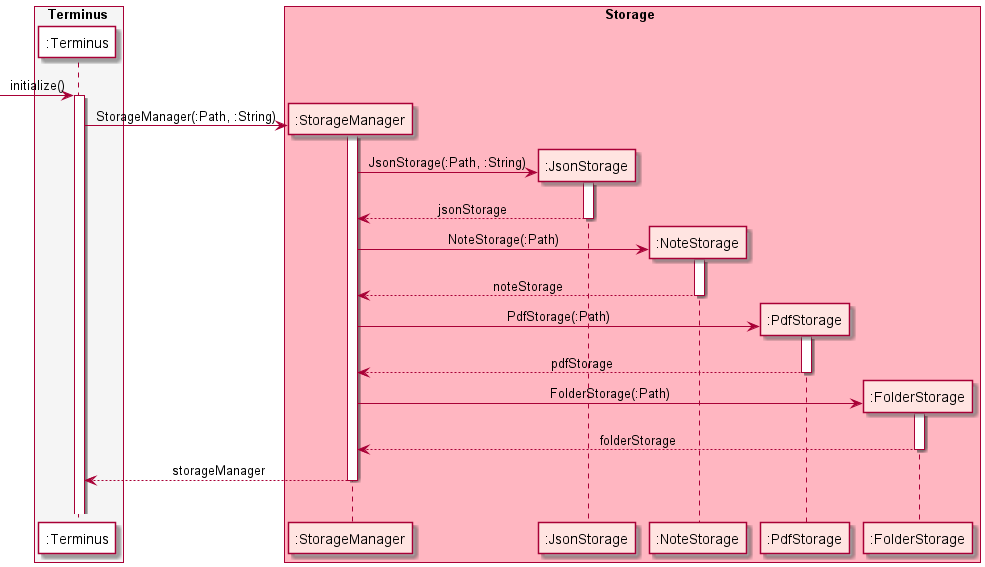
This is docs/attachments/StorageInitializeSequenceDiagram.png from nus-cs2113-AY2122S1/tp, a PlantUML export, as it was before one commit.
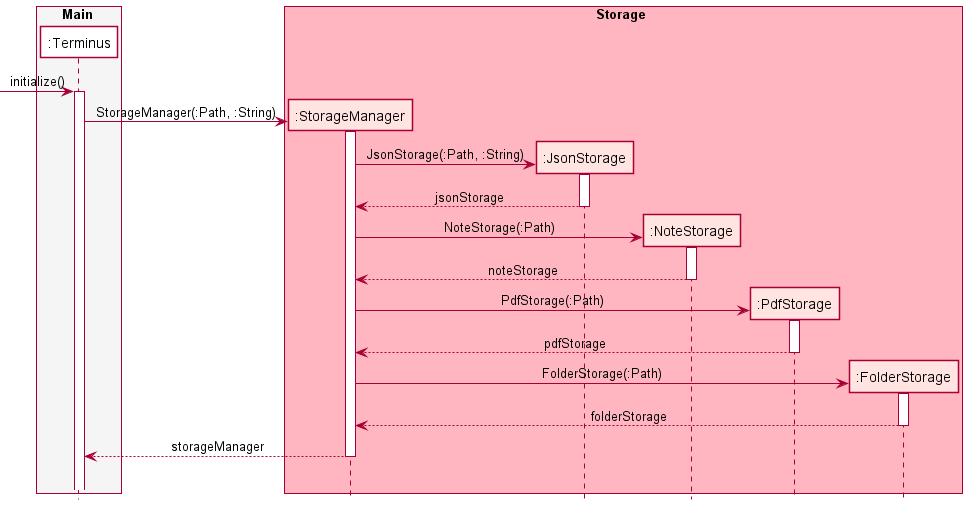
Above is the later version.

The edit, as a diff of the source:
```diff
@@ -1,17 +1,17 @@
 @startuml
 
-skinparam sequenceMessageAlign center
+!include ../SequenceStyle.puml
 
-box Terminus #whitesmoke
-participant ":Terminus" as Terminus #white
+box Main TERMINUS_BOX_COLOR
+participant ":Terminus" as Terminus TERMINUS_COLOR
 endbox
 
-box Storage #lightpink
-participant ":StorageManager" as StorageManager #mistyrose
-participant ":JsonStorage" as JsonStorage #mistyrose
-participant ":NoteStorage" as NoteStorage #mistyrose
-participant ":PdfStorage" as PdfStorage #mistyrose
-participant ":FolderStorage" as FolderStorage #mistyrose
+box Storage STORAGE_BOX_COLOR
+participant ":StorageManager" as StorageManager STORAGE_COLOR
+participant ":JsonStorage" as JsonStorage STORAGE_COLOR
+participant ":NoteStorage" as NoteStorage STORAGE_COLOR
+participant ":PdfStorage" as PdfStorage STORAGE_COLOR
+participant ":FolderStorage" as FolderStorage STORAGE_COLOR
 endbox
 
 -> Terminus : initialize()
```
